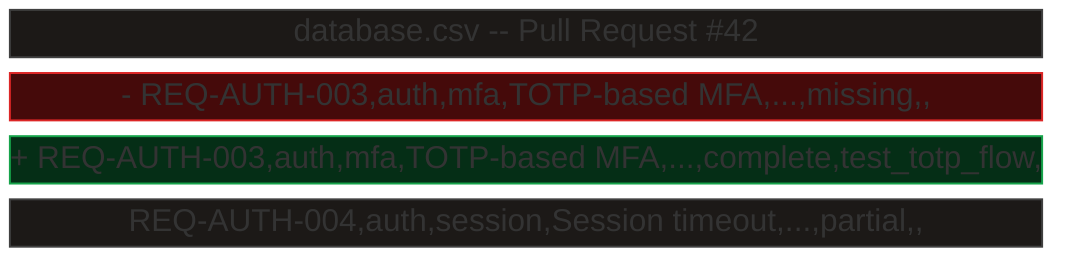
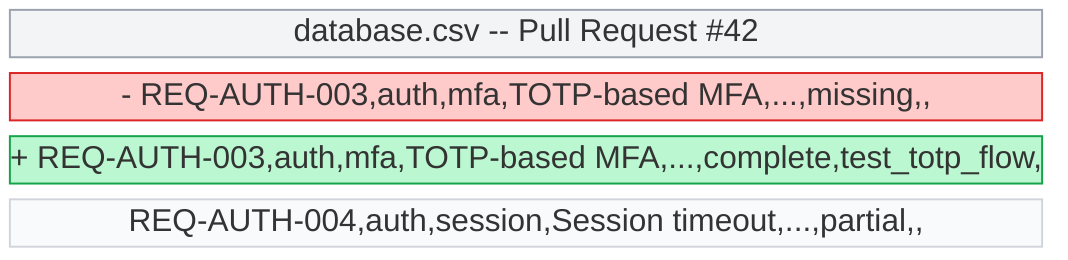
block-beta
    columns 1
    block:header["database.csv  --  Pull Request #42"]
        columns 1
    end
    block:removed["- REQ-AUTH-003,auth,mfa,TOTP-based MFA,...,missing,,"]
        columns 1
    end
    block:added["+ REQ-AUTH-003,auth,mfa,TOTP-based MFA,...,complete,test_totp_flow,"]
        columns 1
    end
    block:context["  REQ-AUTH-004,auth,session,Session timeout,...,partial,,"]
        columns 1
    end

-     style header fill:#1c1917,stroke:#404040,color:#9ca3af
-     style removed fill:#450a0a,stroke:#dc2626,color:#fca5a5
-     style added fill:#052e16,stroke:#16a34a,color:#86efac
-     style context fill:#1c1917,stroke:#404040,color:#9ca3af
+     style header fill:#f3f4f6,stroke:#9ca3af,color:#374151
+     style removed fill:#fecaca,stroke:#dc2626,color:#991b1b
+     style added fill:#bbf7d0,stroke:#16a34a,color:#166534
+     style context fill:#f9fafb,stroke:#d1d5db,color:#6b7280
